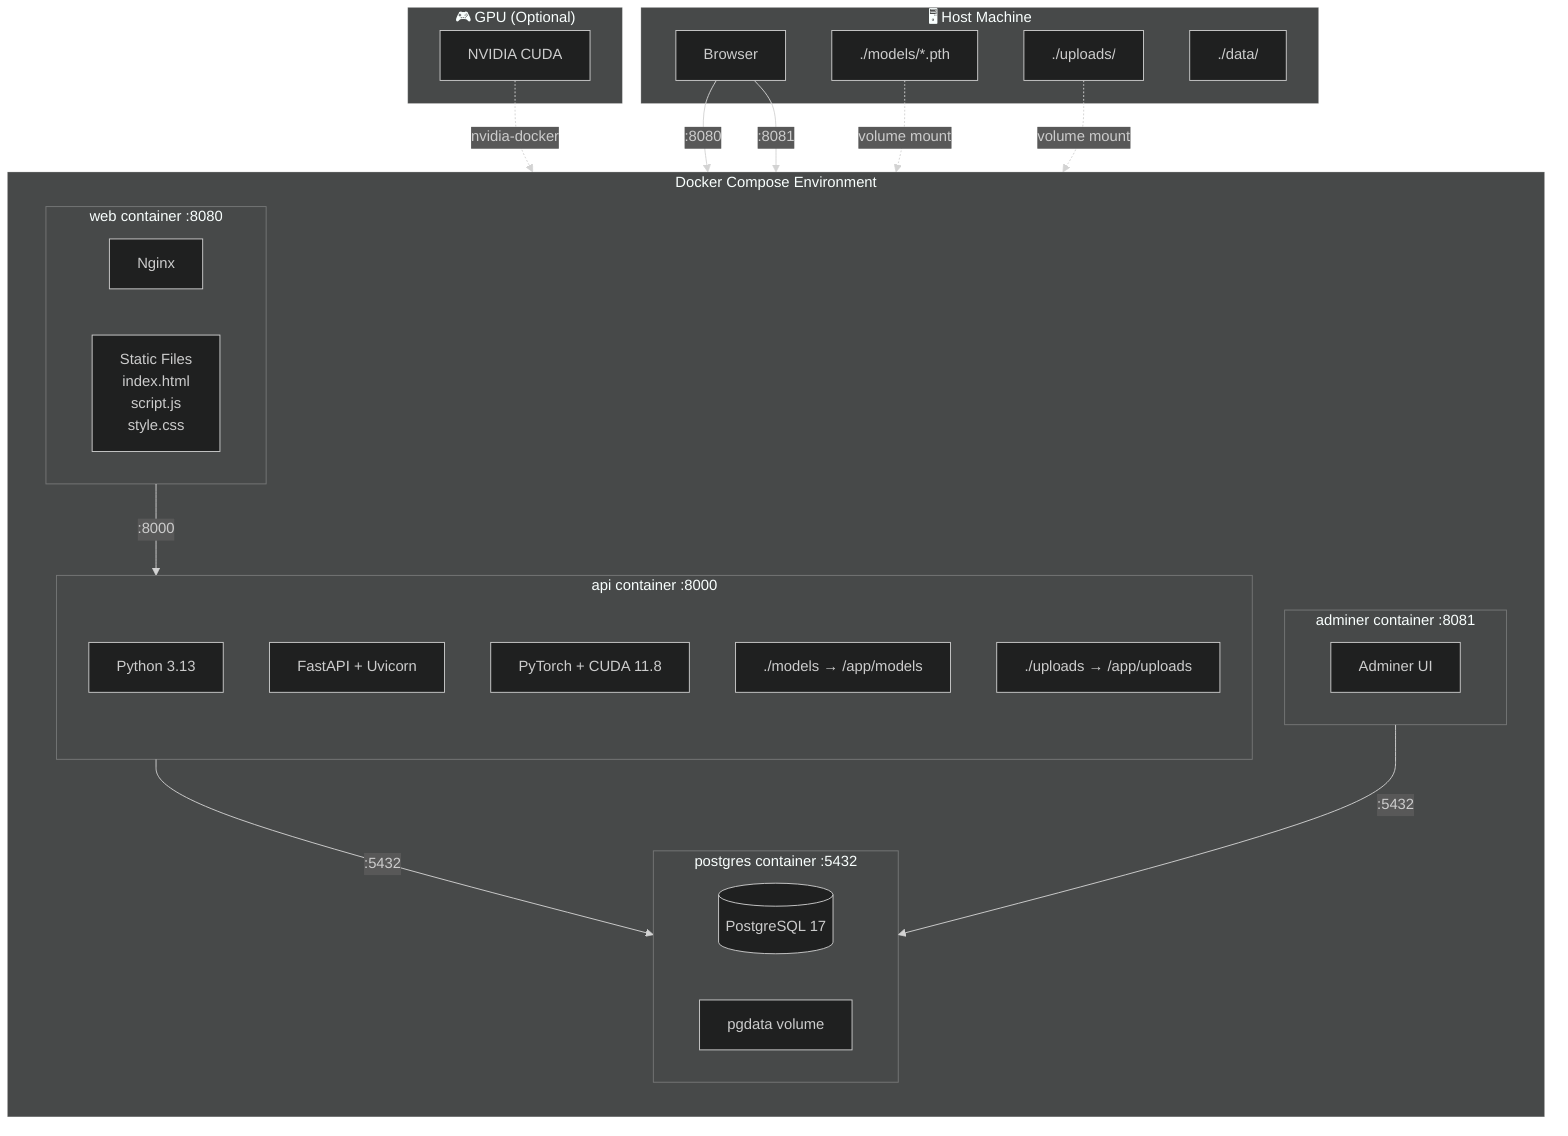
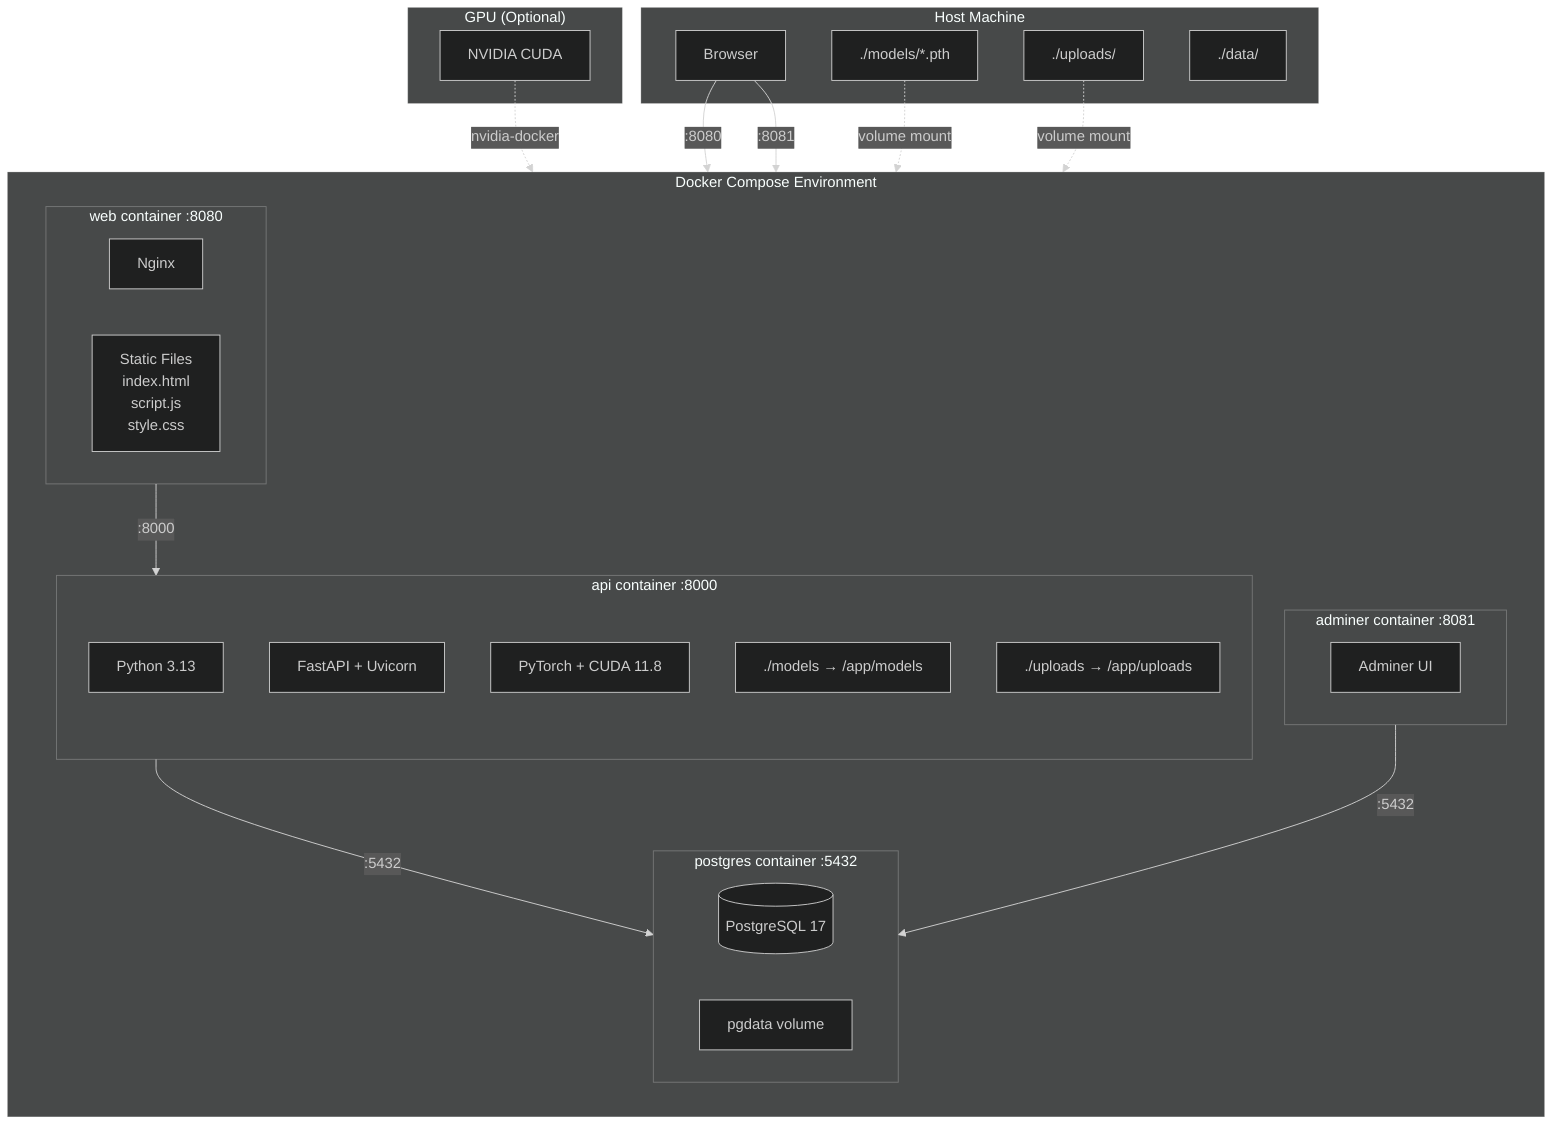
---
config:
  theme: dark
  layout: dagre
---
flowchart TB
    subgraph Docker["Docker Compose Environment"]
        direction TB

        subgraph WebContainer["web container :8080"]
            Nginx[Nginx]
            Frontend[Static Files<br/>index.html<br/>script.js<br/>style.css]
        end

        subgraph APIContainer["api container :8000"]
            Python[Python 3.13]
            FastAPI[FastAPI + Uvicorn]
            PyTorch[PyTorch + CUDA 11.8]
            ModelsVol["./models → /app/models"]
            UploadsVol["./uploads → /app/uploads"]
        end

        subgraph DBContainer["postgres container :5432"]
            PostgreSQL[(PostgreSQL 17)]
            PGData[pgdata volume]
        end

        subgraph AdminerContainer["adminer container :8081"]
            Adminer[Adminer UI]
        end
    end

-     subgraph Host["🖥️ Host Machine"]
+     subgraph Host["Host Machine"]
        Browser[Browser]
        ModelsDir[./models/*.pth]
        UploadsDir[./uploads/]
        DataDir[./data/]
    end

-     subgraph GPU["🎮 GPU (Optional)"]
+     subgraph GPU["GPU (Optional)"]
        CUDA[NVIDIA CUDA]
    end

    %% Connections
    Browser -->|:8080| WebContainer
    Browser -->|:8081| AdminerContainer
    WebContainer -->|:8000| APIContainer
    APIContainer -->|:5432| DBContainer
    AdminerContainer -->|:5432| DBContainer

    %% Volume mounts
    ModelsDir -.->|volume mount| ModelsVol
    UploadsDir -.->|volume mount| UploadsVol

    %% GPU
    CUDA -.->|nvidia-docker| PyTorch
